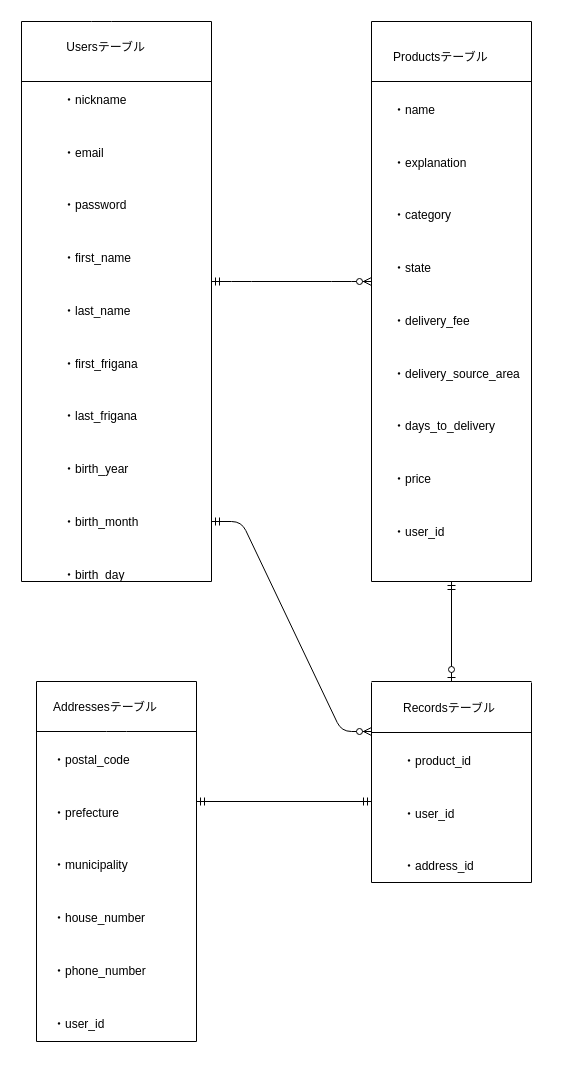
The draw.io diagram furima.dio in schirm282/furima-33981, before the edit. Source tidied: cells renumbered, new cells numbered last; positions are measured from the earlier drawing's top-left corner, leaving out a move shared by most shapes. Both pictures are drawn from the tidied source at 100%, with x=0, y=0 at pixel (21, 21).
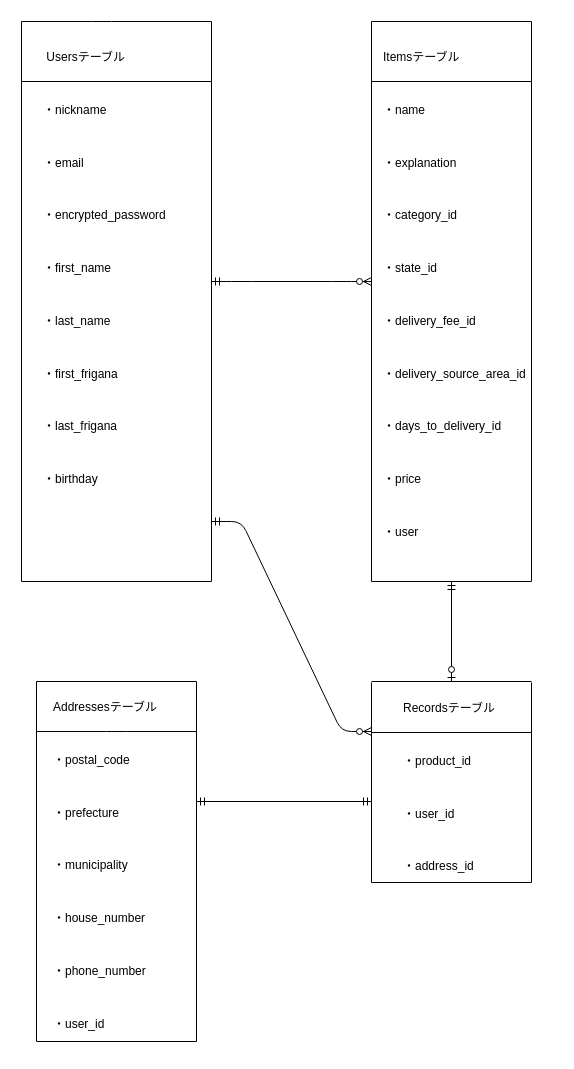
After the change.

Unchanged cells that the change refers to:
```xml
<mxCell id="9" style="group;" parent="1" vertex="1">
  <mxGeometry x="350" width="180" height="570" as="geometry" />
</mxCell>
```

Diff of the diagram source:
```diff
@@
-    <mxCell id="2" style="group;" parent="1" vertex="1">
+    <mxCell id="2" style="group;shadow=1;" parent="1" vertex="1">
       <mxGeometry width="190" height="570" as="geometry" />
     </mxCell>
-    <mxCell id="3" value="&lt;p class=&quot;p1&quot;&gt;&lt;span class=&quot;Apple-converted-space&quot;&gt;&amp;nbsp;&lt;/span&gt;Usersテーブル&lt;span class=&quot;Apple-converted-space&quot;&gt;&amp;nbsp; &amp;nbsp; &amp;nbsp; &amp;nbsp; &amp;nbsp;&lt;/span&gt;&lt;/p&gt;&#10;&lt;p class=&quot;p1&quot;&gt;・nickname&lt;/p&gt;&#10;&lt;p class=&quot;p1&quot;&gt;・email&lt;/p&gt;&#10;&lt;p class=&quot;p1&quot;&gt;・password&lt;/p&gt;&#10;&lt;p class=&quot;p1&quot;&gt;・first_name&lt;/p&gt;&#10;&lt;p class=&quot;p1&quot;&gt;・last_name&lt;/p&gt;&#10;&lt;p class=&quot;p1&quot;&gt;・first_frigana&lt;/p&gt;&#10;&lt;p class=&quot;p1&quot;&gt;・last_frigana&lt;/p&gt;&#10;&lt;p class=&quot;p1&quot;&gt;・birth_year&lt;/p&gt;&#10;&lt;p class=&quot;p1&quot;&gt;・birth_month&lt;/p&gt;&#10;&lt;p class=&quot;p1&quot;&gt;&lt;span class=&quot;s1&quot;&gt;・&lt;/span&gt;birth_day&lt;/p&gt;" style="text;whiteSpace=wrap;html=1;" parent="2" vertex="1">
-      <mxGeometry x="40" width="140" height="570" as="geometry" />
-    </mxCell>
@@
+    <mxCell id="35" value="&lt;p class=&quot;p1&quot;&gt;&lt;span class=&quot;Apple-converted-space&quot;&gt;&amp;nbsp;&lt;/span&gt;Usersテーブル&lt;span class=&quot;Apple-converted-space&quot;&gt;&amp;nbsp; &amp;nbsp; &amp;nbsp; &amp;nbsp; &amp;nbsp;&lt;/span&gt;&lt;/p&gt;&#10;&lt;p class=&quot;p1&quot;&gt;・nickname&lt;/p&gt;&#10;&lt;p class=&quot;p1&quot;&gt;・email&lt;/p&gt;&#10;&lt;p class=&quot;p1&quot;&gt;・encrypted_password&lt;/p&gt;&#10;&lt;p class=&quot;p1&quot;&gt;・first_name&lt;/p&gt;&#10;&lt;p class=&quot;p1&quot;&gt;・last_name&lt;/p&gt;&#10;&lt;p class=&quot;p1&quot;&gt;・first_frigana&lt;/p&gt;&#10;&lt;p class=&quot;p1&quot;&gt;・last_frigana&lt;/p&gt;&#10;&lt;p class=&quot;p1&quot;&gt;&lt;span class=&quot;s1&quot;&gt;・&lt;/span&gt;birthday&lt;/p&gt;" style="text;whiteSpace=wrap;html=1;" parent="2" vertex="1">
+      <mxGeometry x="20" y="10" width="150" height="470" as="geometry" />
+    </mxCell>
@@
     <mxCell id="10" style="group;" parent="9" vertex="1">
-      <mxGeometry width="170" height="560" as="geometry" />
+      <mxGeometry width="180" height="560" as="geometry" />
     </mxCell>
@@
-    <mxCell id="16" value="&lt;p class=&quot;p1&quot;&gt;Productsテーブル&lt;/p&gt;&#10;&lt;p class=&quot;p1&quot;&gt;・name&lt;/p&gt;&#10;&lt;p class=&quot;p1&quot;&gt;・explanation&lt;/p&gt;&#10;&lt;p class=&quot;p1&quot;&gt;・category&lt;/p&gt;&#10;&lt;p class=&quot;p1&quot;&gt;・state&lt;/p&gt;&#10;&lt;p class=&quot;p1&quot;&gt;・delivery_fee&lt;/p&gt;&#10;&lt;p class=&quot;p1&quot;&gt;・delivery_source_area&lt;/p&gt;&#10;&lt;p class=&quot;p1&quot;&gt;・days_to_delivery&lt;/p&gt;&#10;&lt;p class=&quot;p1&quot;&gt;・price&lt;/p&gt;&#10;&lt;p class=&quot;p1&quot;&gt;&lt;span class=&quot;s1&quot;&gt;・&lt;/span&gt;user_id&lt;/p&gt;" style="text;whiteSpace=wrap;html=1;" parent="10" vertex="1">
-      <mxGeometry x="20" y="10" width="150" height="520" as="geometry" />
-    </mxCell>
+    <mxCell id="36" value="&lt;p class=&quot;p1&quot;&gt;Itemsテーブル&lt;/p&gt;&#10;&lt;p class=&quot;p1&quot;&gt;・name&lt;/p&gt;&#10;&lt;p class=&quot;p1&quot;&gt;・explanation&lt;/p&gt;&#10;&lt;p class=&quot;p1&quot;&gt;・category_id&lt;/p&gt;&#10;&lt;p class=&quot;p1&quot;&gt;・state_id&lt;/p&gt;&#10;&lt;p class=&quot;p1&quot;&gt;・delivery_fee_id&lt;/p&gt;&#10;&lt;p class=&quot;p1&quot;&gt;・delivery_source_area_id&lt;/p&gt;&#10;&lt;p class=&quot;p1&quot;&gt;・days_to_delivery_id&lt;/p&gt;&#10;&lt;p class=&quot;p1&quot;&gt;・price&lt;/p&gt;&#10;&lt;p class=&quot;p1&quot;&gt;&lt;span class=&quot;s1&quot;&gt;・&lt;/span&gt;user&lt;/p&gt;" style="text;whiteSpace=wrap;html=1;" parent="10" vertex="1">
+      <mxGeometry x="10" y="10" width="170" height="520" as="geometry" />
+    </mxCell>
```
